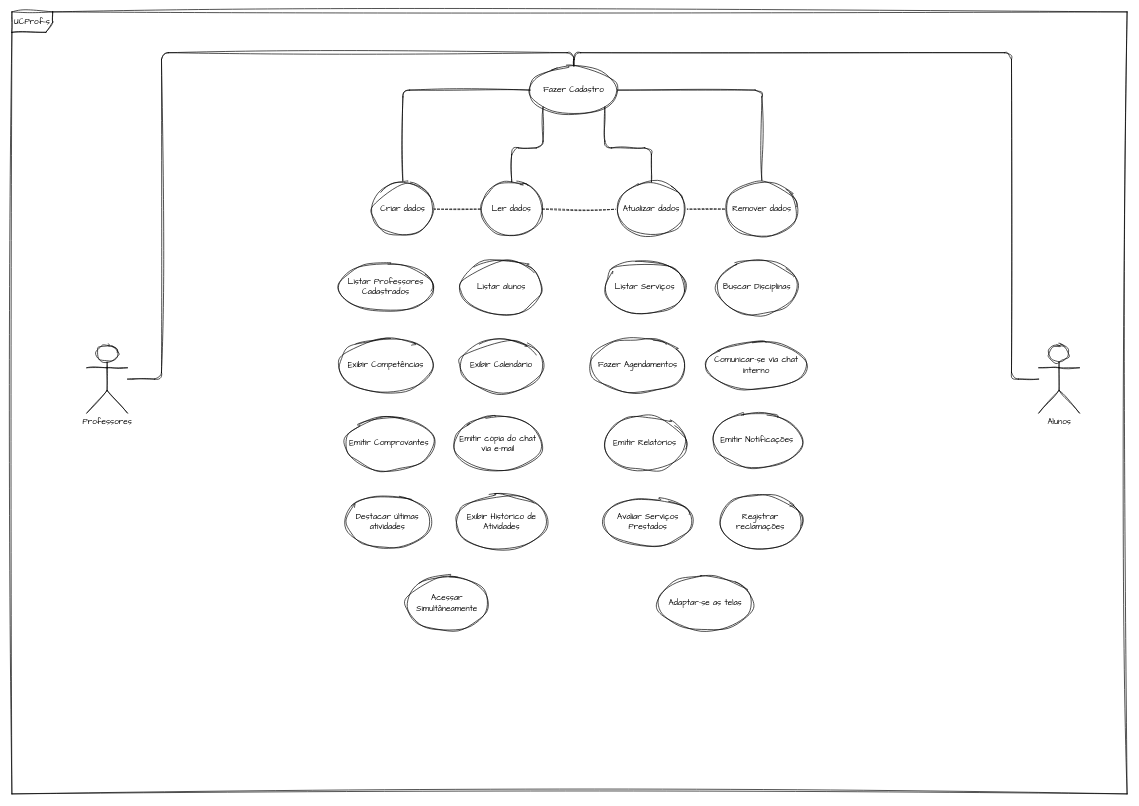
gabi-lessa/AnaliseProjetoSistemas keeps this draw.io diagram as Caso de Uso.drawio. Above is the earlier version. Source tidied: cells renumbered, new cells numbered last; positions are measured from the earlier drawing's top-left corner, leaving out a move shared by most shapes. Both pictures are drawn from the tidied source at 68%, with x=0, y=0 at pixel (12, 12).
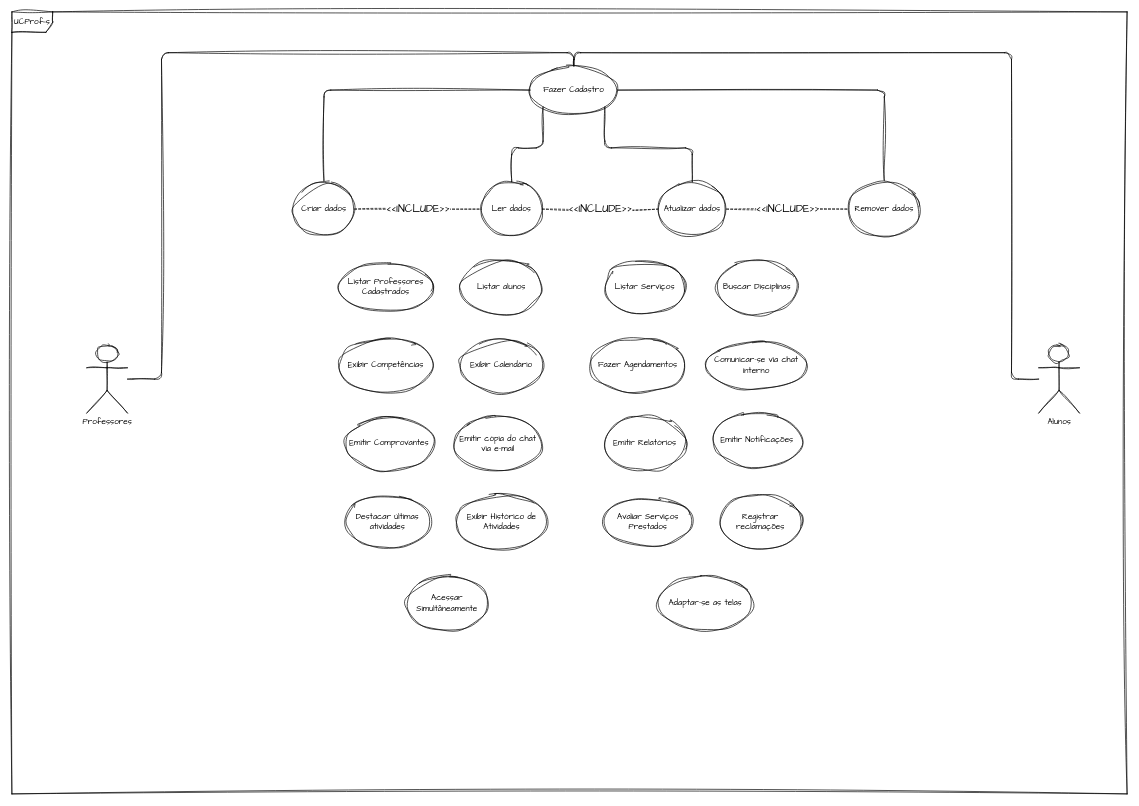
The same diagram, later.

Unchanged cells that the change refers to:
```xml
<mxCell id="26" value="Ler dados" style="ellipse;whiteSpace=wrap;html=1;fontFamily=Architects Daughter;rounded=1;sketch=1;curveFitting=1;jiggle=2;" parent="1" vertex="1">
  <mxGeometry x="690" y="250" width="90" height="80" as="geometry" />
</mxCell>
```

Change to the diagram source:
```diff
@@
-    <mxCell id="24" style="edgeStyle=orthogonalEdgeStyle;rounded=1;jettySize=auto;html=1;dashed=1;endArrow=none;endFill=0;sketch=1;curveFitting=1;jiggle=2;" parent="1" edge="1" source="26" target="29">
-      <mxGeometry relative="1" as="geometry" />
-    </mxCell>
@@
-    <mxCell id="27" style="edgeStyle=orthogonalEdgeStyle;rounded=1;jettySize=auto;html=1;dashed=1;endArrow=none;endFill=0;sketch=1;curveFitting=1;jiggle=2;" parent="1" edge="1" source="29" target="31">
-      <mxGeometry relative="1" as="geometry" />
-    </mxCell>
@@
     <mxCell id="29" value="Atualizar dados" style="ellipse;whiteSpace=wrap;html=1;fontFamily=Architects Daughter;rounded=1;sketch=1;curveFitting=1;jiggle=2;" parent="1" vertex="1">
-      <mxGeometry x="890" y="250" width="101" height="80" as="geometry" />
+      <mxGeometry x="950" y="250" width="101" height="80" as="geometry" />
     </mxCell>
@@
     <mxCell id="31" value="Remover dados" style="ellipse;whiteSpace=wrap;html=1;fontFamily=Architects Daughter;rounded=1;sketch=1;curveFitting=1;jiggle=2;" parent="1" vertex="1">
-      <mxGeometry x="1050" y="250" width="106" height="80" as="geometry" />
+      <mxGeometry x="1230" y="250" width="106" height="80" as="geometry" />
     </mxCell>
-    <mxCell id="32" style="edgeStyle=orthogonalEdgeStyle;rounded=1;jettySize=auto;html=1;dashed=1;endArrow=none;endFill=0;sketch=1;curveFitting=1;jiggle=2;" parent="1" edge="1" source="34" target="26">
-      <mxGeometry relative="1" as="geometry" />
-    </mxCell>
@@
     <mxCell id="34" value="Criar dados" style="ellipse;whiteSpace=wrap;html=1;fontFamily=Architects Daughter;rounded=1;sketch=1;curveFitting=1;jiggle=2;" parent="1" vertex="1">
-      <mxGeometry x="530" y="250" width="90" height="80" as="geometry" />
+      <mxGeometry x="414" y="250" width="90" height="80" as="geometry" />
     </mxCell>
@@
+    <mxCell id="37" value="&amp;lt;&amp;lt;INCLUDE&amp;gt;&amp;gt;" style="endArrow=none;endSize=12;dashed=1;html=1;rounded=1;sketch=1;hachureGap=4;jiggle=2;curveFitting=1;fontFamily=Architects Daughter;fontSize=16;exitX=1;exitY=0.5;exitDx=0;exitDy=0;endFill=0;" parent="1" edge="1" source="34">
+      <mxGeometry relative="1" as="geometry">
+        <mxPoint x="690" y="290" as="targetPoint" />
+      </mxGeometry>
+    </mxCell>
+    <mxCell id="24" value="&amp;lt;&amp;lt;INCLUDE&amp;gt;&amp;gt;" style="endArrow=none;endSize=12;dashed=1;html=1;rounded=1;sketch=1;hachureGap=4;jiggle=2;curveFitting=1;fontFamily=Architects Daughter;fontSize=16;exitX=1;exitY=0.5;exitDx=0;exitDy=0;entryX=0;entryY=0.5;entryDx=0;entryDy=0;endFill=0;" parent="1" edge="1" source="26" target="29">
+      <mxGeometry relative="1" as="geometry" />
+    </mxCell>
+    <mxCell id="27" value="&amp;lt;&amp;lt;INCLUDE&amp;gt;&amp;gt;" style="endArrow=none;endSize=12;dashed=1;html=1;rounded=1;sketch=1;hachureGap=4;jiggle=2;curveFitting=1;fontFamily=Architects Daughter;fontSize=16;exitX=1;exitY=0.5;exitDx=0;exitDy=0;entryX=0;entryY=0.5;entryDx=0;entryDy=0;endFill=0;" parent="1" edge="1" source="29" target="31">
+      <mxGeometry relative="1" as="geometry" />
+    </mxCell>
```
